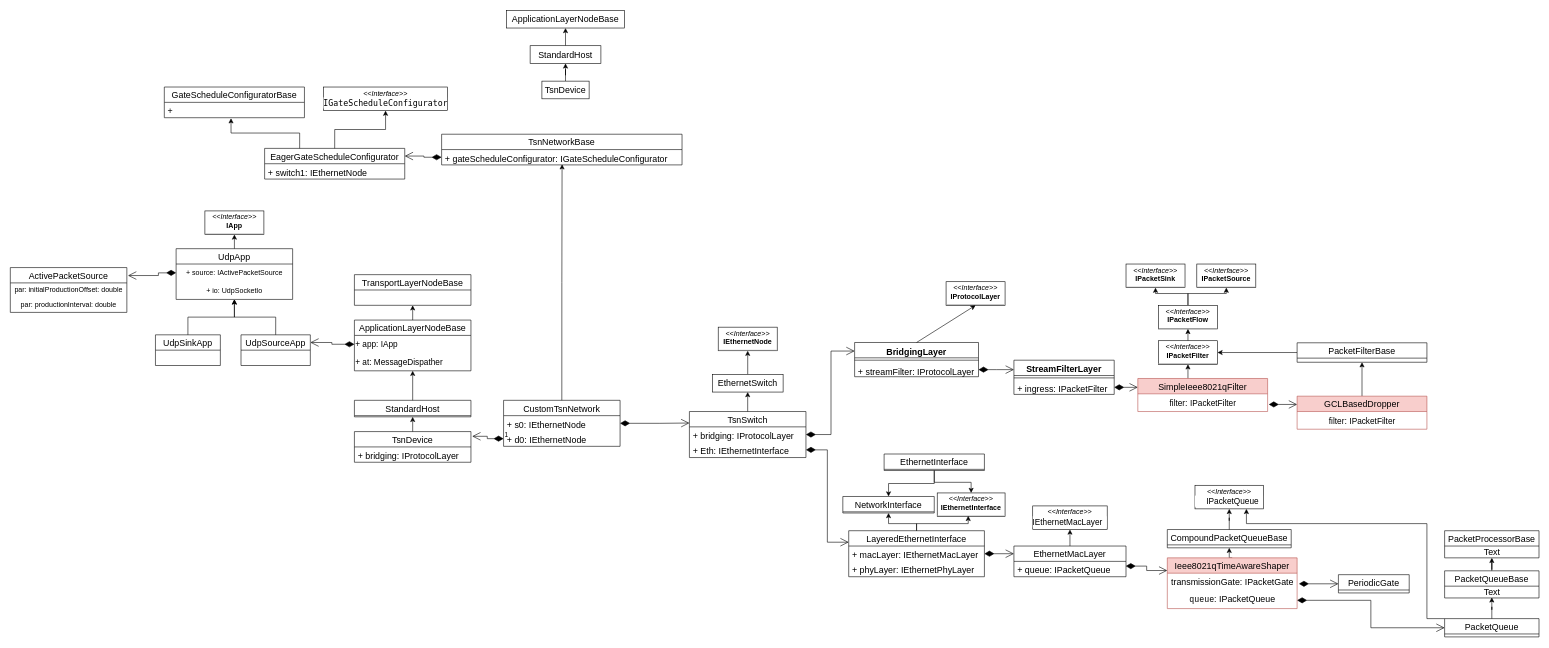
Above: diagrams/inet_notes.drawio in saberfeng/inet (draw.io), before the change. Source tidied: cells renumbered, new cells numbered last; positions are measured from the earlier drawing's top-left corner, leaving out a move shared by most shapes. Both pictures are drawn from the tidied source at 59%, with x=0, y=0 at pixel (10, 10).
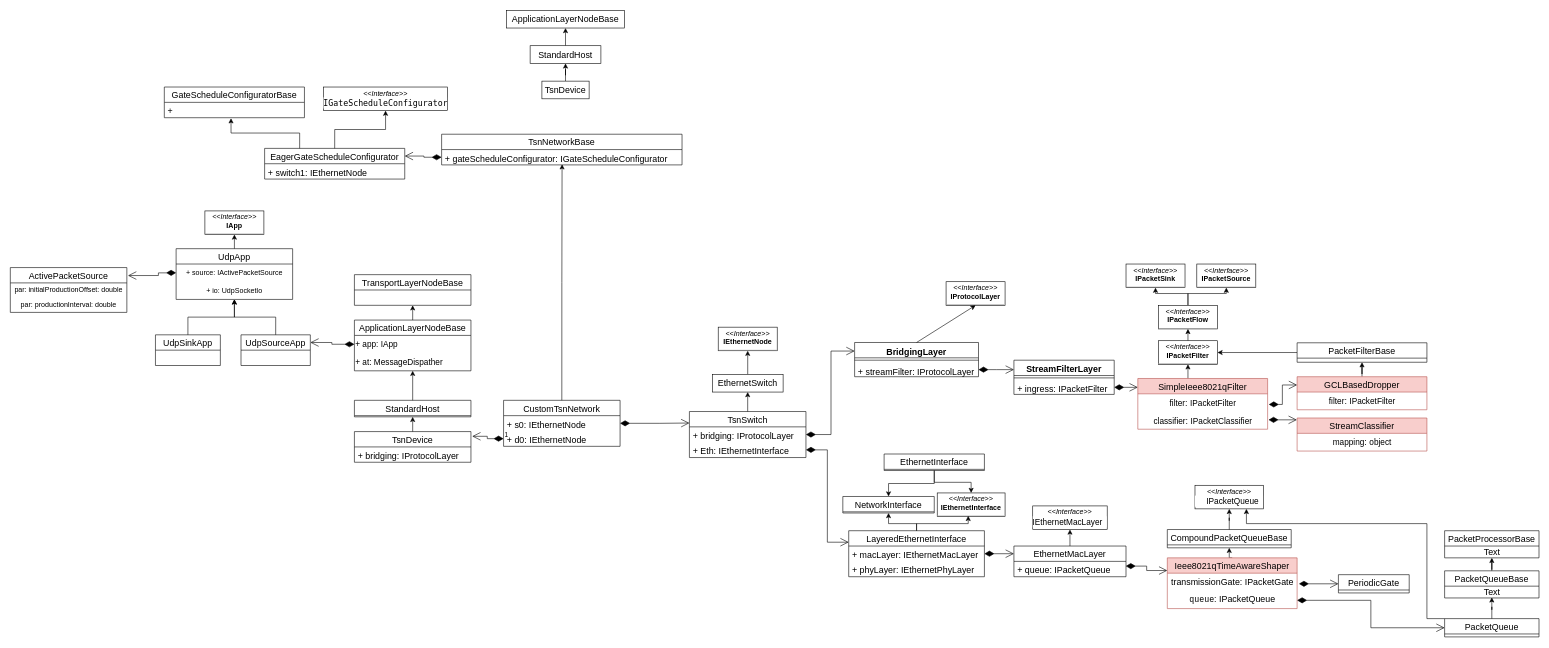
The same page after the edit.

Change to the diagram source:
```diff
@@
     <mxCell id="60" value="SimpleIeee8021qFilter" style="swimlane;fontStyle=0;horizontal=1;startSize=26;fillColor=#f8cecc;fontSize=15;strokeColor=#b85450;" parent="1" vertex="1">
-      <mxGeometry x="1911" y="624" width="220" height="56" as="geometry" />
+      <mxGeometry x="1911" y="624" width="220" height="86" as="geometry" />
     </mxCell>
@@
+    <mxCell id="116" value="&lt;span style=&quot;font-size: 14px; background-color: rgb(255, 255, 255);&quot;&gt;classifier&lt;/span&gt;:&amp;nbsp;&lt;span style=&quot;background-color: rgb(255, 255, 255); font-size: 14px;&quot;&gt;I&lt;/span&gt;&lt;span style=&quot;background-color: rgb(255, 255, 255); font-size: 14px;&quot;&gt;PacketClassifier&lt;/span&gt;" style="text;html=1;align=center;verticalAlign=middle;points=[];strokeColor=none;fillColor=none;fontSize=15;fontFamily=Helvetica;" parent="60" vertex="1">
+      <mxGeometry y="56" width="220" height="30" as="geometry" />
+    </mxCell>
@@
     <mxCell id="64" value="GCLBasedDropper" style="swimlane;fontStyle=0;horizontal=1;startSize=26;fillColor=#f8cecc;fontSize=15;strokeColor=#b85450;" parent="1" vertex="1">
-      <mxGeometry x="2181" y="654" width="220" height="56" as="geometry" />
+      <mxGeometry x="2181" y="621" width="220" height="56" as="geometry" />
     </mxCell>
@@
+    <mxCell id="117" value="StreamClassifier" style="swimlane;fontStyle=0;horizontal=1;startSize=26;fillColor=#f8cecc;fontSize=15;strokeColor=#b85450;" parent="1" vertex="1">
+      <mxGeometry x="2181" y="691" width="220" height="56" as="geometry" />
+    </mxCell>
+    <mxCell id="118" value="&lt;span style=&quot;background-color: rgb(255, 255, 255); font-size: 14px;&quot;&gt;mapping&lt;/span&gt;: &lt;span style=&quot;font-size: 14px; background-color: rgb(255, 255, 255);&quot;&gt;object&lt;/span&gt;" style="text;html=1;align=center;verticalAlign=middle;strokeColor=none;fillColor=none;fontSize=15;fontFamily=Helvetica;" parent="117" vertex="1">
+      <mxGeometry y="26" width="220" height="30" as="geometry" />
+    </mxCell>
+    <mxCell id="119" style="endArrow=open;html=1;endSize=12;startArrow=diamondThin;startSize=14;startFill=1;edgeStyle=orthogonalEdgeStyle;align=left;verticalAlign=bottom;rounded=0;fontSize=15;exitX=1.007;exitY=0.47;exitDx=0;exitDy=0;exitPerimeter=0;entryX=-0.002;entryY=0.055;entryDx=0;entryDy=0;entryPerimeter=0;" parent="1" edge="1" source="116" target="117">
+      <mxGeometry x="-1" y="3" relative="1" as="geometry" />
+    </mxCell>
```
